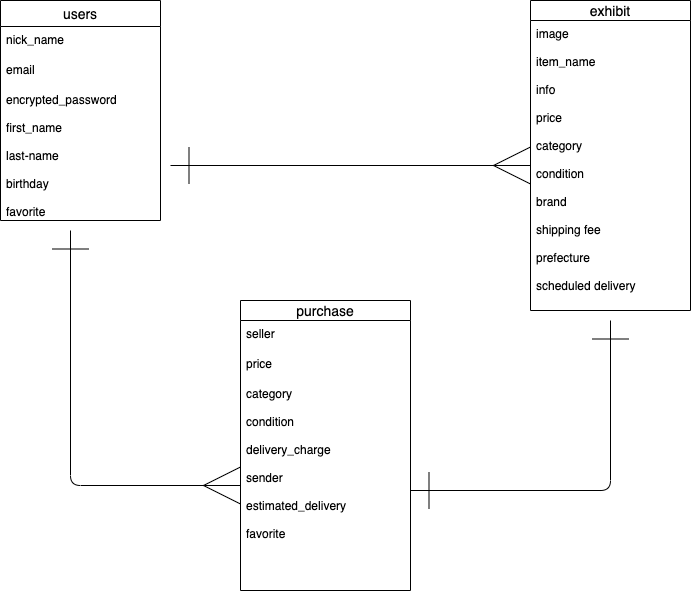
Above: test.png in shiotanishi/furima-39526 (draw.io), before the change. Source tidied: cells renumbered, new cells last; positions are measured from the earlier drawing's top-left corner, leaving out a move shared by most shapes.
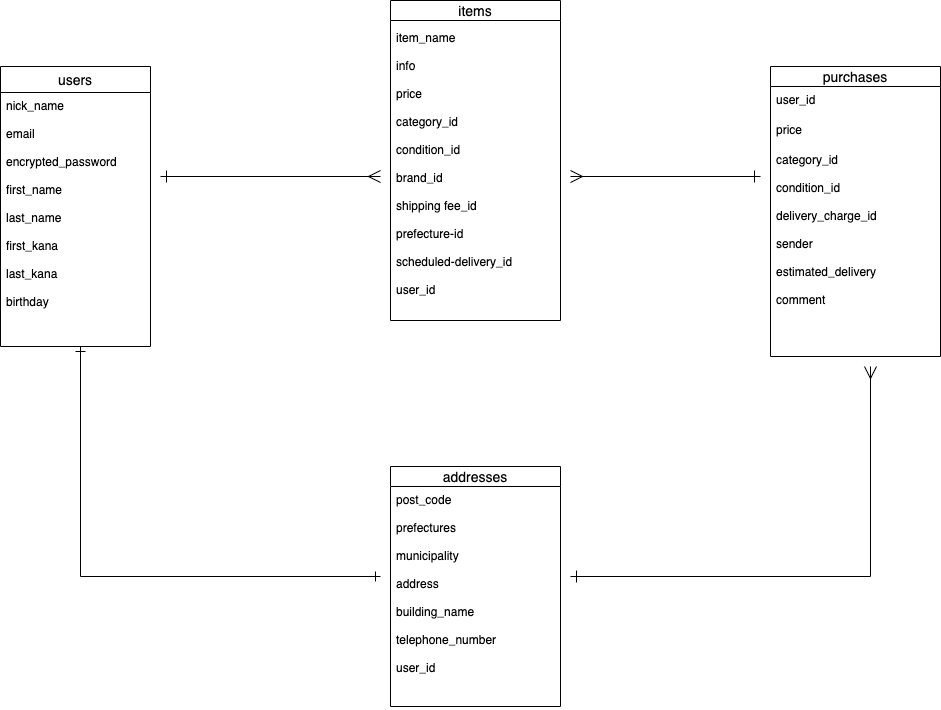
The same file after the commit.

What changed in the source:
```diff
@@ -3,52 +3,58 @@
     <mxCell id="0" />
     <mxCell id="1" parent="0" />
     <mxCell id="2" value="users" style="swimlane;fontStyle=0;horizontal=1;startSize=26;align=center;fontSize=14;" parent="1" vertex="1">
-      <mxGeometry width="160" height="220" as="geometry" />
+      <mxGeometry x="-10" y="150" width="150" height="280" as="geometry" />
     </mxCell>
-    <mxCell id="3" value="nick_name" style="text;strokeColor=none;fillColor=none;spacingLeft=4;spacingRight=4;overflow=hidden;fontSize=12;" parent="2" vertex="1">
-      <mxGeometry y="26" width="160" height="30" as="geometry" />
+    <mxCell id="3" value="nick_name&#10;&#10;email&#10;&#10;encrypted_password&#10;&#10;first_name&#10;&#10;last_name&#10;&#10;first_kana&#10;&#10;last_kana&#10;&#10;birthday" style="text;strokeColor=none;fillColor=none;spacingLeft=4;spacingRight=4;overflow=hidden;fontSize=12;" parent="2" vertex="1">
+      <mxGeometry y="26" width="150" height="254" as="geometry" />
     </mxCell>
-    <mxCell id="4" value="email" style="text;strokeColor=none;fillColor=none;spacingLeft=4;spacingRight=4;overflow=hidden;fontSize=12;" parent="2" vertex="1">
-      <mxGeometry y="56" width="160" height="30" as="geometry" />
-    </mxCell>
-    <mxCell id="5" value="encrypted_password&#10;&#10;first_name&#10;&#10;last-name&#10;&#10;birthday&#10;&#10;favorite&#10;&#10;&#10;&#10;&#10;" style="text;strokeColor=none;fillColor=none;spacingLeft=4;spacingRight=4;overflow=hidden;fontSize=12;" parent="2" vertex="1">
-      <mxGeometry y="86" width="160" height="134" as="geometry" />
-    </mxCell>
-    <mxCell id="6" value="exhibit" style="swimlane;fontStyle=0;horizontal=1;startSize=20;align=center;fontSize=14;" parent="1" vertex="1">
-      <mxGeometry x="530" width="160" height="310" as="geometry" />
+    <mxCell id="6" value="items" style="swimlane;fontStyle=0;horizontal=1;startSize=20;align=center;fontSize=14;" parent="1" vertex="1">
+      <mxGeometry x="380" y="84" width="170" height="320" as="geometry" />
     </mxCell>
-    <mxCell id="7" value="image&#10;&#10;item_name&#10;&#10;info&#10;&#10;price&#10;&#10;category&#10;&#10;condition&#10;&#10;brand&#10;&#10;shipping fee&#10;&#10;prefecture&#10;&#10;scheduled delivery" style="text;strokeColor=none;fillColor=none;spacingLeft=4;spacingRight=4;overflow=hidden;points=[[0,0.5],[1,0.5]];portConstraint=eastwest;fontSize=12;" parent="6" vertex="1">
-      <mxGeometry y="20" width="160" height="290" as="geometry" />
-    </mxCell>
-    <mxCell id="8" value="purchase" style="swimlane;fontStyle=0;horizontal=1;startSize=20;align=center;fontSize=14;" parent="1" vertex="1">
-      <mxGeometry x="240" y="300" width="170" height="290" as="geometry" />
+    <mxCell id="8" value="purchases" style="swimlane;fontStyle=0;horizontal=1;startSize=20;align=center;fontSize=14;" parent="1" vertex="1">
+      <mxGeometry x="760" y="150" width="170" height="290" as="geometry" />
     </mxCell>
-    <mxCell id="9" value="seller" style="text;strokeColor=none;fillColor=none;spacingLeft=4;spacingRight=4;overflow=hidden;fontSize=12;" parent="8" vertex="1">
+    <mxCell id="9" value="user_id" style="text;strokeColor=none;fillColor=none;spacingLeft=4;spacingRight=4;overflow=hidden;fontSize=12;" parent="8" vertex="1">
       <mxGeometry y="20" width="170" height="30" as="geometry" />
     </mxCell>
     <mxCell id="10" value="price" style="text;strokeColor=none;fillColor=none;spacingLeft=4;spacingRight=4;overflow=hidden;fontSize=12;" parent="8" vertex="1">
       <mxGeometry y="50" width="170" height="30" as="geometry" />
     </mxCell>
-    <mxCell id="11" value="category&#10;&#10;condition&#10;&#10;delivery_charge&#10;&#10;sender&#10;&#10;estimated_delivery&#10;&#10;favorite" style="text;strokeColor=none;fillColor=none;spacingLeft=4;spacingRight=4;overflow=hidden;points=[[0,0.5],[1,0.5]];portConstraint=eastwest;fontSize=12;" parent="8" vertex="1">
+    <mxCell id="11" value="category_id&#10;&#10;condition_id&#10;&#10;delivery_charge_id&#10;&#10;sender&#10;&#10;estimated_delivery&#10;&#10;comment" style="text;strokeColor=none;fillColor=none;spacingLeft=4;spacingRight=4;overflow=hidden;points=[[0,0.5],[1,0.5]];portConstraint=eastwest;fontSize=12;" parent="8" vertex="1">
       <mxGeometry y="80" width="170" height="210" as="geometry" />
     </mxCell>
-    <mxCell id="12" style="rounded=1;html=1;endArrow=ERone;endFill=0;startArrow=ERmany;startFill=0;edgeStyle=orthogonalEdgeStyle;endSize=35;startSize=35;" parent="1" edge="1" source="11">
-      <mxGeometry relative="1" as="geometry">
-        <mxPoint x="70" y="230" as="targetPoint" />
-      </mxGeometry>
-    </mxCell>
-    <mxCell id="13" style="edgeStyle=orthogonalEdgeStyle;rounded=1;html=1;startArrow=ERone;startFill=0;endArrow=ERone;endFill=0;startSize=35;endSize=35;" parent="1" edge="1" source="11">
-      <mxGeometry relative="1" as="geometry">
-        <mxPoint x="610" y="320" as="targetPoint" />
-        <Array as="points">
-          <mxPoint x="610" y="490" />
-        </Array>
-      </mxGeometry>
-    </mxCell>
-    <mxCell id="14" style="edgeStyle=orthogonalEdgeStyle;rounded=1;html=1;exitX=0;exitY=0.5;exitDx=0;exitDy=0;startArrow=ERmany;startFill=0;endArrow=ERone;endFill=0;startSize=35;endSize=35;" parent="1" edge="1" source="7">
-      <mxGeometry relative="1" as="geometry">
-        <mxPoint x="170" y="165" as="targetPoint" />
-      </mxGeometry>
-    </mxCell>
+    <mxCell id="15" value="addresses" style="swimlane;fontStyle=0;horizontal=1;startSize=20;align=center;fontSize=14;" parent="1" vertex="1">
+      <mxGeometry x="380" y="550" width="170" height="240" as="geometry" />
+    </mxCell>
+    <mxCell id="16" value="post_code&#10;&#10;prefectures&#10;&#10;municipality&#10;&#10;address&#10;&#10;building_name&#10;&#10;telephone_number&#10;&#10;user_id" style="text;strokeColor=none;fillColor=none;spacingLeft=4;spacingRight=4;overflow=hidden;fontSize=12;" parent="15" vertex="1">
+      <mxGeometry y="20" width="170" height="220" as="geometry" />
+    </mxCell>
+    <mxCell id="17" style="endArrow=ERmany;html=1;startArrow=ERone;startFill=0;endFill=0;targetPerimeterSpacing=10;endSize=10;sourcePerimeterSpacing=10;startSize=10;" parent="1" edge="1">
+      <mxGeometry relative="1" as="geometry">
+        <mxPoint x="150" y="260" as="sourcePoint" />
+        <mxPoint x="370" y="260" as="targetPoint" />
+      </mxGeometry>
+    </mxCell>
+    <mxCell id="18" style="endArrow=ERone;html=1;startArrow=ERmany;startFill=0;endFill=0;targetPerimeterSpacing=10;endSize=10;sourcePerimeterSpacing=10;startSize=10;" parent="1" edge="1">
+      <mxGeometry relative="1" as="geometry">
+        <mxPoint x="560" y="260" as="sourcePoint" />
+        <mxPoint x="750" y="260" as="targetPoint" />
+      </mxGeometry>
+    </mxCell>
+    <mxCell id="19" style="edgeStyle=segmentEdgeStyle;endArrow=ERmany;html=1;curved=0;rounded=0;endSize=10;startSize=10;sourcePerimeterSpacing=10;targetPerimeterSpacing=10;startArrow=ERone;startFill=0;endFill=0;" parent="1" edge="1">
+      <mxGeometry relative="1" as="geometry">
+        <mxPoint x="560" y="660" as="sourcePoint" />
+        <mxPoint x="860" y="450" as="targetPoint" />
+      </mxGeometry>
+    </mxCell>
+    <mxCell id="20" style="edgeStyle=segmentEdgeStyle;endArrow=ERone;html=1;curved=0;rounded=0;endSize=8;startSize=8;sourcePerimeterSpacing=10;targetPerimeterSpacing=10;startArrow=ERone;startFill=0;endFill=0;" parent="1" edge="1">
+      <mxGeometry relative="1" as="geometry">
+        <mxPoint x="370" y="660" as="sourcePoint" />
+        <mxPoint x="70" y="430" as="targetPoint" />
+      </mxGeometry>
+    </mxCell>
+    <mxCell id="7" value="&#10;item_name&#10;&#10;info&#10;&#10;price&#10;&#10;category_id&#10;&#10;condition_id&#10;&#10;brand_id&#10;&#10;shipping fee_id&#10;&#10;prefecture-id&#10;&#10;scheduled-delivery_id&#10;&#10;user_id" style="text;strokeColor=none;fillColor=none;spacingLeft=4;spacingRight=4;overflow=hidden;points=[[0,0.5],[1,0.5]];portConstraint=eastwest;fontSize=12;" parent="1" vertex="1">
+      <mxGeometry x="380" y="94" width="170" height="300" as="geometry" />
+    </mxCell>
   </root>
 </mxGraphModel>
```
